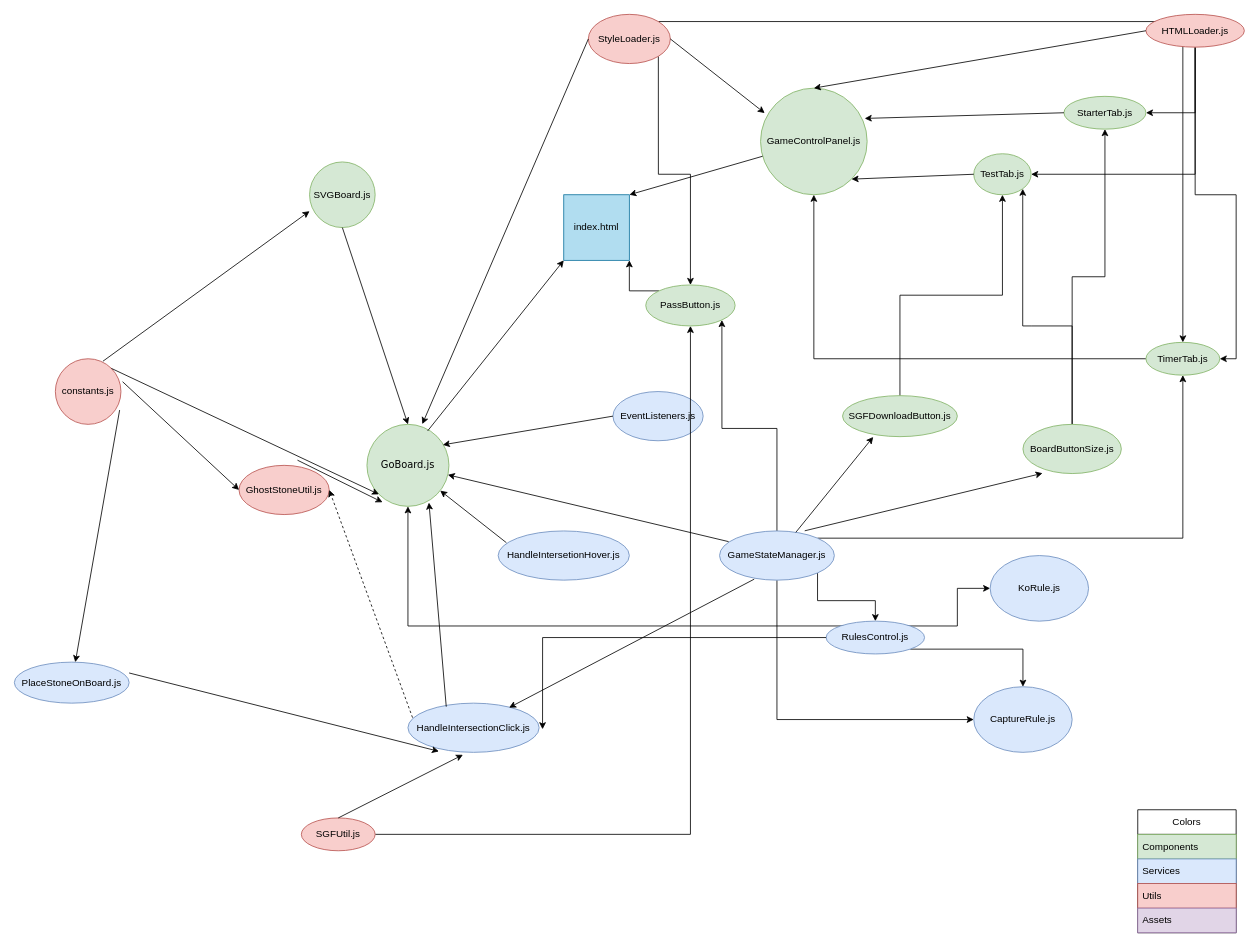
Above: WebGo.drawio in enokiLucas/Diagrams (draw.io), before the change. Source tidied: cells renumbered, new cells numbered last; positions are measured from the earlier drawing's top-left corner, leaving out a move shared by most shapes. Both pictures are drawn from the tidied source at 82%, with x=0, y=0 at pixel (14, 14).
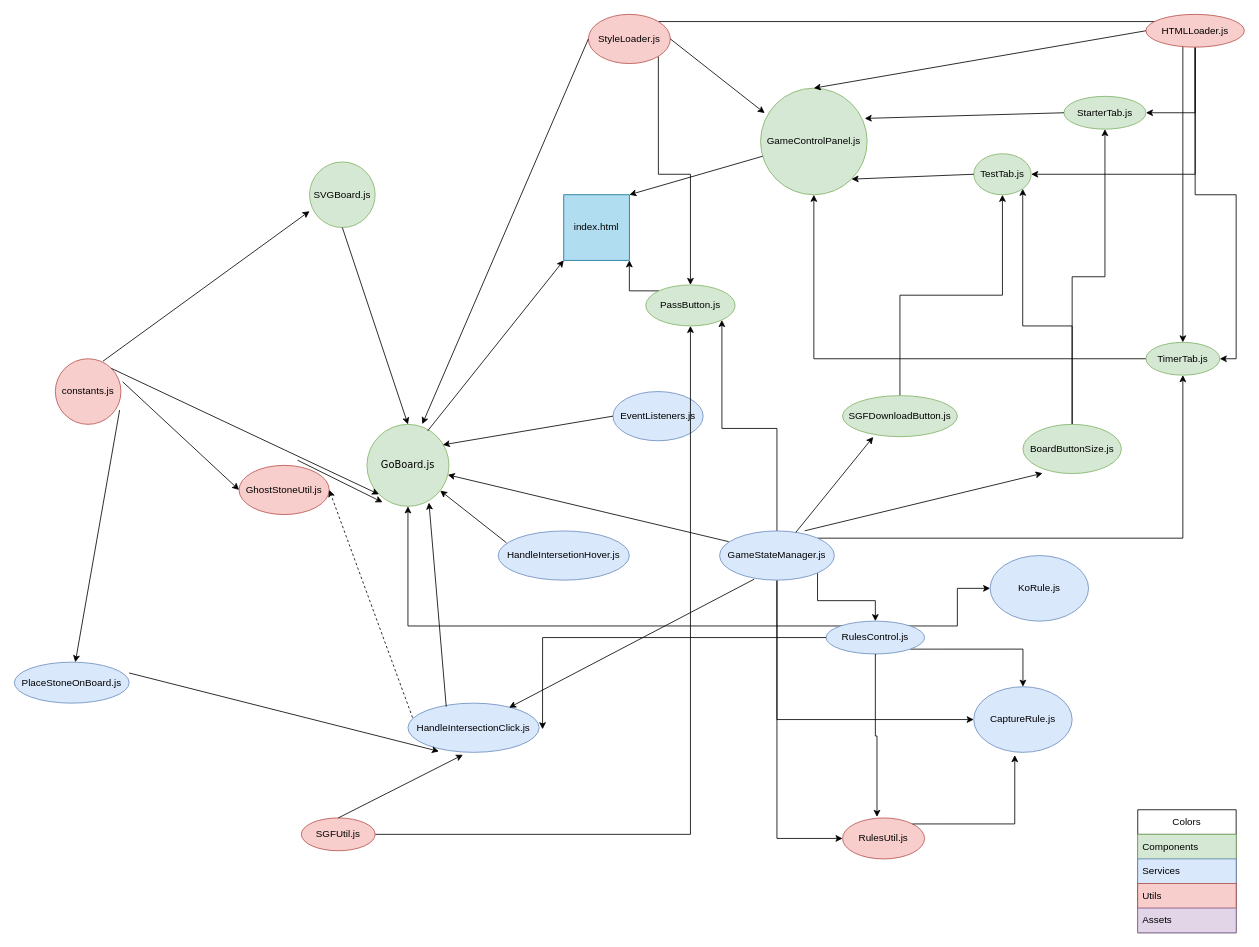
The same diagram, later.

The change refers to these unchanged cells:
```xml
<mxCell id="32" value="GameStateManager.js" style="ellipse;whiteSpace=wrap;html=1;fillColor=#dae8fc;strokeColor=#6c8ebf;" parent="1" vertex="1">
  <mxGeometry x="860" y="630" width="140" height="60" as="geometry" />
</mxCell>
<mxCell id="66" value="RulesControl.js" style="ellipse;whiteSpace=wrap;html=1;fillColor=#dae8fc;strokeColor=#6c8ebf;" parent="1" vertex="1">
  <mxGeometry x="990" y="740" width="120" height="40" as="geometry" />
</mxCell>
<mxCell id="71" value="CaptureRule.js" style="ellipse;whiteSpace=wrap;html=1;fillColor=#dae8fc;strokeColor=#6c8ebf;" parent="1" vertex="1">
  <mxGeometry x="1170" y="820" width="120" height="80" as="geometry" />
</mxCell>
```

Change to the diagram source:
```diff
@@
+    <mxCell id="72" style="edgeStyle=orthogonalEdgeStyle;rounded=0;jettySize=auto;html=1;exitX=0.5;exitY=1;exitDx=0;exitDy=0;entryX=0;entryY=0.5;entryDx=0;entryDy=0;" parent="1" edge="1" source="32" target="73">
+      <mxGeometry relative="1" as="geometry" />
+    </mxCell>
@@
+    <mxCell id="73" value="RulesUtil.js" style="ellipse;whiteSpace=wrap;html=1;fillColor=#f8cecc;strokeColor=#b85450;" parent="1" vertex="1">
+      <mxGeometry x="1010" y="980" width="100" height="50" as="geometry" />
+    </mxCell>
+    <mxCell id="74" style="edgeStyle=orthogonalEdgeStyle;rounded=0;jettySize=auto;html=1;exitX=1;exitY=0;exitDx=0;exitDy=0;entryX=0.417;entryY=1.042;entryDx=0;entryDy=0;entryPerimeter=0;" parent="1" edge="1" source="73" target="71">
+      <mxGeometry relative="1" as="geometry" />
+    </mxCell>
+    <mxCell id="75" style="edgeStyle=orthogonalEdgeStyle;rounded=0;jettySize=auto;html=1;exitX=0.5;exitY=1;exitDx=0;exitDy=0;entryX=0.42;entryY=-0.026;entryDx=0;entryDy=0;entryPerimeter=0;" parent="1" edge="1" source="66" target="73">
+      <mxGeometry relative="1" as="geometry" />
+    </mxCell>
```
